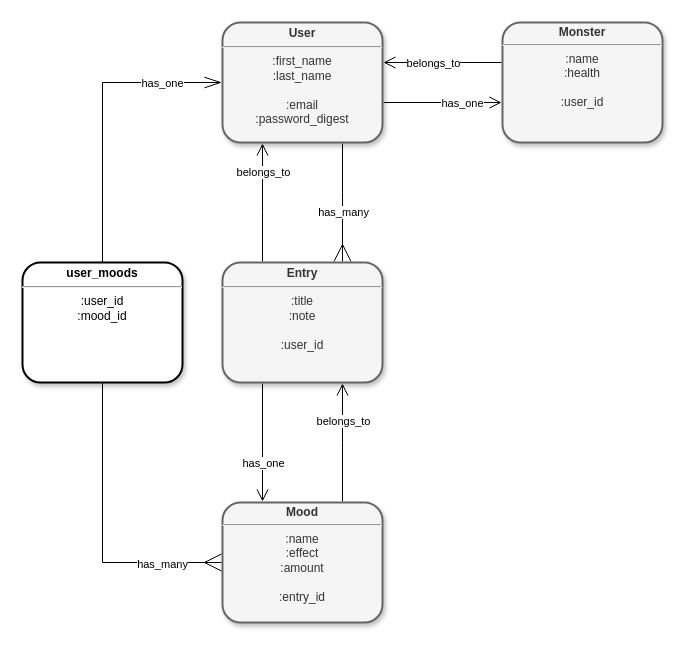
Above: moody-mon.drawio in codymerritt347/moody-mon (draw.io), before the change. Source tidied: cells renumbered, new cells numbered last; positions are measured from the earlier drawing's top-left corner, leaving out a move shared by most shapes. Both pictures are drawn from the tidied source at 100%, with x=0, y=0 at pixel (22, 22).
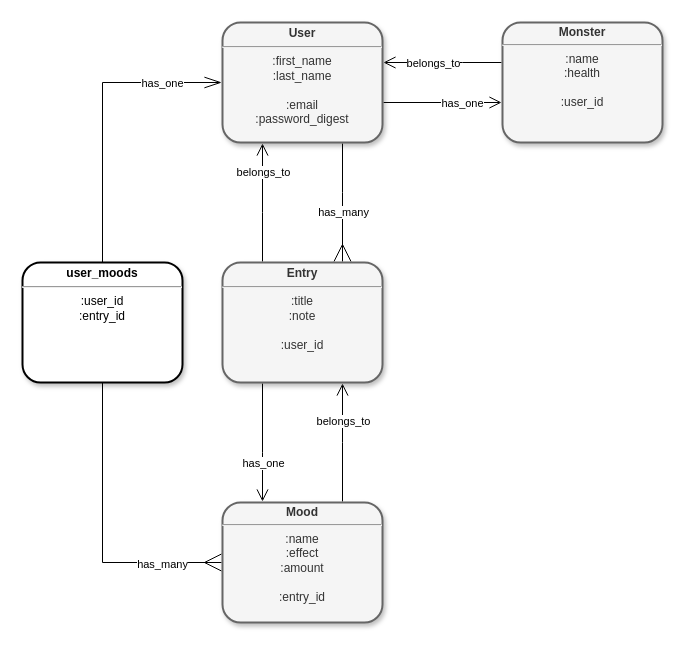
After the change.

Commit message (it also covers changes not shown here):
Create user_mood join table

Change to the diagram source:
```diff
@@
-    <mxCell id="21" value="&lt;p style=&quot;margin: 4px 0px 0px ; font-size: 12px&quot;&gt;&lt;b&gt;user_moods&lt;/b&gt;&lt;/p&gt;&lt;hr&gt;:user_id&lt;br&gt;:mood_id" style="verticalAlign=middle;align=center;overflow=fill;fontSize=12;fontFamily=Helvetica;html=1;perimeterSpacing=1;rounded=1;glass=0;shadow=1;sketch=0;strokeWidth=2;" parent="1" vertex="1">
+    <mxCell id="21" value="&lt;p style=&quot;margin: 4px 0px 0px ; font-size: 12px&quot;&gt;&lt;b&gt;user_moods&lt;/b&gt;&lt;/p&gt;&lt;hr&gt;:user_id&lt;br&gt;:entry_id" style="verticalAlign=middle;align=center;overflow=fill;fontSize=12;fontFamily=Helvetica;html=1;perimeterSpacing=1;rounded=1;glass=0;shadow=1;sketch=0;strokeWidth=2;" parent="1" vertex="1">
       <mxGeometry y="240" width="160" height="120" as="geometry" />
     </mxCell>
```
